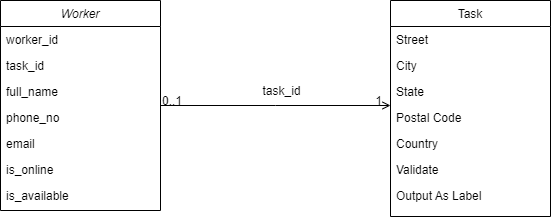
The draw.io diagram raildog.drawio.png in officialHaze/raildog_api, before a commit. Source tidied: cells renumbered, new cells last; positions are measured from the earlier drawing's top-left corner, leaving out a move shared by most shapes.
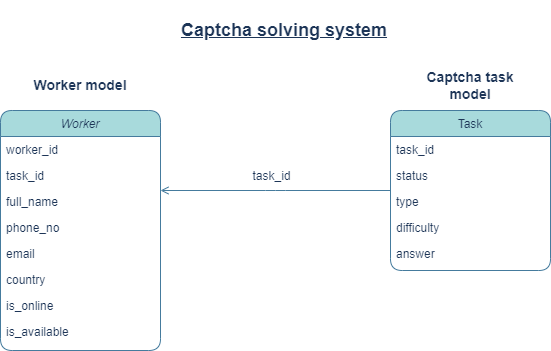
After the commit.

What changed in the source:
```diff
@@ -2,73 +2,69 @@
   <root>
     <mxCell id="0" />
     <mxCell id="1" parent="0" />
-    <mxCell id="2" value="Worker" style="swimlane;fontStyle=2;align=center;verticalAlign=top;horizontal=1;startSize=26;rounded=0;shadow=0;strokeWidth=1;" parent="1" vertex="1">
-      <mxGeometry width="160" height="210" as="geometry" />
+    <mxCell id="2" value="Worker" style="swimlane;fontStyle=2;align=center;verticalAlign=top;horizontal=1;startSize=26;rounded=1;shadow=0;strokeWidth=1;labelBackgroundColor=none;fillColor=#A8DADC;strokeColor=#457B9D;fontColor=#1D3557;" parent="1" vertex="1">
+      <mxGeometry width="160" height="240" as="geometry" />
     </mxCell>
-    <mxCell id="3" value="worker_id" style="text;align=left;verticalAlign=top;spacingLeft=4;spacingRight=4;overflow=hidden;rounded=0;shadow=0;html=0;" parent="2" vertex="1">
+    <mxCell id="3" value="worker_id" style="text;align=left;verticalAlign=top;spacingLeft=4;spacingRight=4;overflow=hidden;rounded=1;shadow=0;html=0;labelBackgroundColor=none;fontColor=#1D3557;" parent="2" vertex="1">
       <mxGeometry y="26" width="160" height="26" as="geometry" />
     </mxCell>
-    <mxCell id="4" value="task_id" style="text;align=left;verticalAlign=top;spacingLeft=4;spacingRight=4;overflow=hidden;rounded=0;shadow=0;html=0;" parent="2" vertex="1">
+    <mxCell id="4" value="task_id" style="text;align=left;verticalAlign=top;spacingLeft=4;spacingRight=4;overflow=hidden;rounded=1;shadow=0;html=0;labelBackgroundColor=none;fontColor=#1D3557;" parent="2" vertex="1">
       <mxGeometry y="52" width="160" height="26" as="geometry" />
     </mxCell>
-    <mxCell id="5" value="full_name" style="text;align=left;verticalAlign=top;spacingLeft=4;spacingRight=4;overflow=hidden;" parent="2" vertex="1">
+    <mxCell id="5" value="full_name" style="text;align=left;verticalAlign=top;spacingLeft=4;spacingRight=4;overflow=hidden;rounded=1;labelBackgroundColor=none;fontColor=#1D3557;" parent="2" vertex="1">
       <mxGeometry y="78" width="160" height="26" as="geometry" />
     </mxCell>
-    <mxCell id="6" value="phone_no" style="text;align=left;verticalAlign=top;spacingLeft=4;spacingRight=4;overflow=hidden;rounded=0;shadow=0;html=0;" parent="2" vertex="1">
+    <mxCell id="6" value="phone_no" style="text;align=left;verticalAlign=top;spacingLeft=4;spacingRight=4;overflow=hidden;rounded=1;shadow=0;html=0;labelBackgroundColor=none;fontColor=#1D3557;" parent="2" vertex="1">
       <mxGeometry y="104" width="160" height="26" as="geometry" />
     </mxCell>
-    <mxCell id="7" value="email" style="text;align=left;verticalAlign=top;spacingLeft=4;spacingRight=4;overflow=hidden;rounded=0;shadow=0;html=0;" parent="2" vertex="1">
+    <mxCell id="7" value="email" style="text;align=left;verticalAlign=top;spacingLeft=4;spacingRight=4;overflow=hidden;rounded=1;shadow=0;html=0;labelBackgroundColor=none;fontColor=#1D3557;" parent="2" vertex="1">
       <mxGeometry y="130" width="160" height="26" as="geometry" />
     </mxCell>
+    <mxCell id="22" value="country" style="text;align=left;verticalAlign=top;spacingLeft=4;spacingRight=4;overflow=hidden;rounded=1;shadow=0;html=0;labelBackgroundColor=none;fontColor=#1D3557;" parent="2" vertex="1">
+      <mxGeometry y="156" width="160" height="26" as="geometry" />
+    </mxCell>
-    <mxCell id="8" value="is_online" style="text;align=left;verticalAlign=top;spacingLeft=4;spacingRight=4;overflow=hidden;rounded=0;shadow=0;html=0;" parent="2" vertex="1">
-      <mxGeometry y="156" width="160" height="26" as="geometry" />
+    <mxCell id="8" value="is_online" style="text;align=left;verticalAlign=top;spacingLeft=4;spacingRight=4;overflow=hidden;rounded=1;shadow=0;html=0;labelBackgroundColor=none;fontColor=#1D3557;" parent="2" vertex="1">
+      <mxGeometry y="182" width="160" height="26" as="geometry" />
     </mxCell>
-    <mxCell id="9" value="is_available" style="text;align=left;verticalAlign=top;spacingLeft=4;spacingRight=4;overflow=hidden;rounded=0;shadow=0;html=0;" parent="2" vertex="1">
-      <mxGeometry y="182" width="160" height="24" as="geometry" />
+    <mxCell id="9" value="is_available" style="text;align=left;verticalAlign=top;spacingLeft=4;spacingRight=4;overflow=hidden;rounded=1;shadow=0;html=0;labelBackgroundColor=none;fontColor=#1D3557;" parent="2" vertex="1">
+      <mxGeometry y="208" width="160" height="24" as="geometry" />
     </mxCell>
-    <mxCell id="10" value="Task" style="swimlane;fontStyle=0;align=center;verticalAlign=top;horizontal=1;startSize=26;rounded=0;shadow=0;strokeWidth=1;" parent="1" vertex="1">
-      <mxGeometry x="390" width="160" height="216" as="geometry" />
+    <mxCell id="10" value="Task" style="swimlane;fontStyle=0;align=center;verticalAlign=top;horizontal=1;startSize=26;rounded=1;shadow=0;strokeWidth=1;labelBackgroundColor=none;fillColor=#A8DADC;strokeColor=#457B9D;fontColor=#1D3557;" parent="1" vertex="1">
+      <mxGeometry x="390" width="160" height="160" as="geometry" />
     </mxCell>
-    <mxCell id="11" value="Street" style="text;align=left;verticalAlign=top;spacingLeft=4;spacingRight=4;overflow=hidden;" parent="10" vertex="1">
-      <mxGeometry y="26" width="160" height="26" as="geometry" />
-    </mxCell>
+    <mxCell id="23" value="task_id" style="text;align=left;verticalAlign=top;spacingLeft=4;spacingRight=4;overflow=hidden;rounded=1;shadow=0;html=0;labelBackgroundColor=none;fontColor=#1D3557;" parent="10" vertex="1">
+      <mxGeometry y="26" width="160" height="26" as="geometry" />
+    </mxCell>
-    <mxCell id="12" value="City" style="text;align=left;verticalAlign=top;spacingLeft=4;spacingRight=4;overflow=hidden;rounded=0;shadow=0;html=0;" parent="10" vertex="1">
+    <mxCell id="12" value="status" style="text;align=left;verticalAlign=top;spacingLeft=4;spacingRight=4;overflow=hidden;rounded=1;shadow=0;html=0;labelBackgroundColor=none;fontColor=#1D3557;" parent="10" vertex="1">
       <mxGeometry y="52" width="160" height="26" as="geometry" />
     </mxCell>
-    <mxCell id="13" value="State" style="text;align=left;verticalAlign=top;spacingLeft=4;spacingRight=4;overflow=hidden;rounded=0;shadow=0;html=0;" parent="10" vertex="1">
+    <mxCell id="13" value="type" style="text;align=left;verticalAlign=top;spacingLeft=4;spacingRight=4;overflow=hidden;rounded=1;shadow=0;html=0;labelBackgroundColor=none;fontColor=#1D3557;" parent="10" vertex="1">
       <mxGeometry y="78" width="160" height="26" as="geometry" />
     </mxCell>
-    <mxCell id="14" value="Postal Code" style="text;align=left;verticalAlign=top;spacingLeft=4;spacingRight=4;overflow=hidden;rounded=0;shadow=0;html=0;" parent="10" vertex="1">
+    <mxCell id="14" value="difficulty" style="text;align=left;verticalAlign=top;spacingLeft=4;spacingRight=4;overflow=hidden;rounded=1;shadow=0;html=0;labelBackgroundColor=none;fontColor=#1D3557;" parent="10" vertex="1">
       <mxGeometry y="104" width="160" height="26" as="geometry" />
     </mxCell>
-    <mxCell id="15" value="Country" style="text;align=left;verticalAlign=top;spacingLeft=4;spacingRight=4;overflow=hidden;rounded=0;shadow=0;html=0;" parent="10" vertex="1">
+    <mxCell id="15" value="answer" style="text;align=left;verticalAlign=top;spacingLeft=4;spacingRight=4;overflow=hidden;rounded=1;shadow=0;html=0;labelBackgroundColor=none;fontColor=#1D3557;" parent="10" vertex="1">
       <mxGeometry y="130" width="160" height="26" as="geometry" />
     </mxCell>
-    <mxCell id="16" value="Validate" style="text;align=left;verticalAlign=top;spacingLeft=4;spacingRight=4;overflow=hidden;" parent="10" vertex="1">
-      <mxGeometry y="156" width="160" height="26" as="geometry" />
-    </mxCell>
-    <mxCell id="17" value="Output As Label" style="text;align=left;verticalAlign=top;spacingLeft=4;spacingRight=4;overflow=hidden;" parent="10" vertex="1">
-      <mxGeometry y="182" width="160" height="26" as="geometry" />
-    </mxCell>
-    <mxCell id="18" style="endArrow=open;shadow=0;strokeWidth=1;rounded=0;endFill=1;edgeStyle=elbowEdgeStyle;elbow=vertical;" parent="1" edge="1" source="2" target="10">
+    <mxCell id="18" style="endArrow=open;shadow=0;strokeWidth=1;rounded=1;endFill=1;edgeStyle=elbowEdgeStyle;elbow=vertical;labelBackgroundColor=none;strokeColor=#457B9D;fontColor=default;" parent="1" edge="1" source="10" target="2">
       <mxGeometry x="0.5" y="41" relative="1" as="geometry">
         <mxPoint x="-40" y="32" as="offset" />
       </mxGeometry>
     </mxCell>
-    <mxCell id="19" value="0..1" style="align=left;verticalAlign=bottom;labelBackgroundColor=none;fontSize=12;" parent="18" vertex="1">
-      <mxGeometry x="-1" relative="1" as="geometry">
-        <mxPoint y="4" as="offset" />
-      </mxGeometry>
-    </mxCell>
-    <mxCell id="20" value="1" style="align=right;verticalAlign=bottom;labelBackgroundColor=none;fontSize=12;" parent="18" vertex="1">
-      <mxGeometry x="1" relative="1" as="geometry">
-        <mxPoint x="-7" y="4" as="offset" />
-      </mxGeometry>
-    </mxCell>
-    <mxCell id="21" value="task_id" style="text;html=1;align=center;verticalAlign=middle;labelBackgroundColor=none;rounded=0;shadow=0;strokeWidth=1;fontSize=12;" parent="18" vertex="1">
+    <mxCell id="21" value="task_id" style="text;html=1;align=center;verticalAlign=middle;labelBackgroundColor=none;rounded=1;shadow=0;strokeWidth=1;fontSize=12;fontColor=#1D3557;" parent="18" vertex="1">
       <mxGeometry x="0.5" y="49" relative="1" as="geometry">
-        <mxPoint x="-53" y="34" as="offset" />
+        <mxPoint x="53" y="-64" as="offset" />
       </mxGeometry>
     </mxCell>
+    <mxCell id="24" value="&lt;font style=&quot;font-size: 18px;&quot;&gt;&lt;b&gt;&lt;u&gt;Captcha solving system&lt;/u&gt;&lt;/b&gt;&lt;/font&gt;" style="whiteSpace=wrap;html=1;strokeColor=none;rounded=1;labelBackgroundColor=none;fillColor=none;fontColor=#1D3557;" parent="1" vertex="1">
+      <mxGeometry x="179" y="-110" width="210" height="60" as="geometry" />
+    </mxCell>
+    <mxCell id="25" value="&lt;font style=&quot;font-size: 14px;&quot;&gt;&lt;b&gt;Worker model&lt;/b&gt;&lt;/font&gt;" style="whiteSpace=wrap;html=1;strokeColor=none;rounded=1;labelBackgroundColor=none;fillColor=none;fontColor=#1D3557;" parent="1" vertex="1">
+      <mxGeometry x="20" y="-40" width="120" height="30" as="geometry" />
+    </mxCell>
+    <mxCell id="26" value="&lt;font style=&quot;font-size: 14px;&quot;&gt;&lt;b&gt;Captcha task model&lt;/b&gt;&lt;/font&gt;" style="whiteSpace=wrap;html=1;strokeColor=none;rounded=1;labelBackgroundColor=none;fillColor=none;fontColor=#1D3557;" parent="1" vertex="1">
+      <mxGeometry x="410" y="-40" width="120" height="30" as="geometry" />
+    </mxCell>
   </root>
 </mxGraphModel>
```
